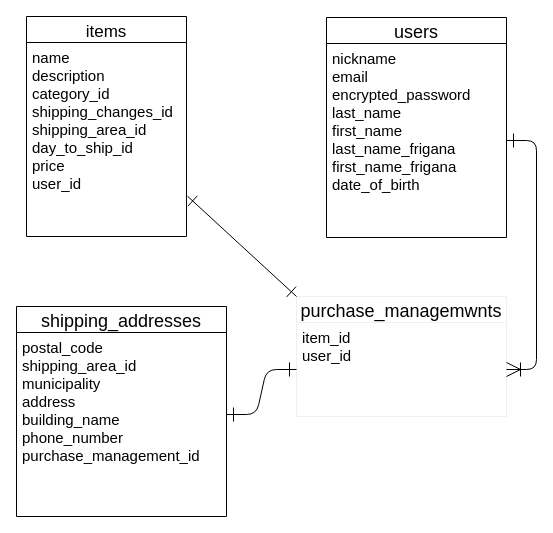
Before: test.dio in kazupin0930/furima-34016, a draw.io diagram. Source tidied: cells renumbered, new cells numbered last; positions are measured from the earlier drawing's top-left corner, leaving out a move shared by most shapes. Both pictures are drawn from the tidied source at 100%, with x=0, y=0 at pixel (16, 16).
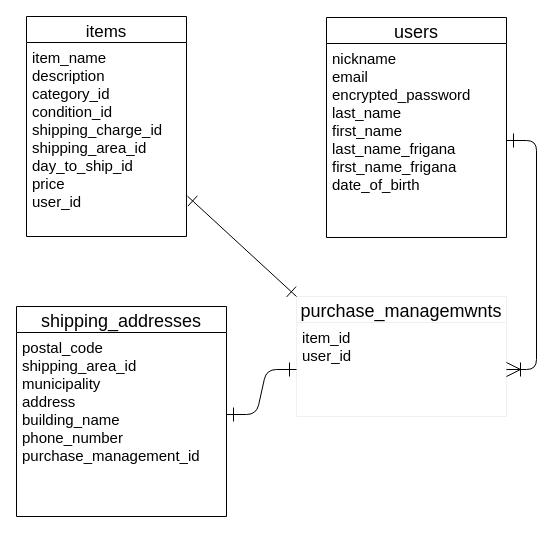
The same page after the edit.

What changed in the source:
```diff
@@
 <mxGraphModel>
   <root>
     <mxCell id="0" />
     <mxCell id="1" parent="0" />
     <mxCell id="2" style="edgeStyle=orthogonalEdgeStyle;orthogonalLoop=1;jettySize=auto;html=1;exitX=0.5;exitY=1;exitDx=0;exitDy=0;" parent="1" edge="1">
       <mxGeometry relative="1" as="geometry">
         <mxPoint x="920" y="460" as="sourcePoint" />
         <mxPoint x="920" y="460" as="targetPoint" />
       </mxGeometry>
     </mxCell>
     <mxCell id="3" value="purchase_managemwnts" style="swimlane;fontStyle=0;horizontal=1;startSize=26;align=center;fontSize=18;strokeColor=#F0F0F0;" parent="1" vertex="1">
       <mxGeometry x="280" y="280" width="210" height="120" as="geometry" />
     </mxCell>
     <mxCell id="4" value="item_id&#10;user_id" style="text;strokeColor=none;fillColor=none;spacingLeft=4;spacingRight=4;overflow=hidden;points=[[0,0.5],[1,0.5]];portConstraint=eastwest;fontSize=15;" parent="3" vertex="1">
       <mxGeometry y="26" width="210" height="94" as="geometry" />
     </mxCell>
     <mxCell id="5" value="users" style="swimlane;fontStyle=0;horizontal=1;startSize=26;align=center;fontSize=18;" parent="1" vertex="1">
       <mxGeometry x="310" y="1" width="180" height="220" as="geometry" />
     </mxCell>
     <mxCell id="6" value="nickname&#10;email&#10;encrypted_password&#10;last_name&#10;first_name&#10;last_name_frigana&#10;first_name_frigana&#10;date_of_birth" style="text;strokeColor=none;fillColor=none;spacingLeft=4;spacingRight=4;overflow=hidden;points=[[0,0.5],[1,0.5]];portConstraint=eastwest;fontSize=15;" parent="5" vertex="1">
       <mxGeometry y="26" width="180" height="194" as="geometry" />
     </mxCell>
     <mxCell id="7" style="edgeStyle=entityRelationEdgeStyle;fontSize=12;html=1;endArrow=ERone;startArrow=ERoneToMany;strokeWidth=1;endSize=12;startSize=12;entryX=1;entryY=0.5;entryDx=0;entryDy=0;exitX=1;exitY=0.5;exitDx=0;exitDy=0;startFill=0;endFill=0;" parent="1" edge="1" source="4" target="6">
       <mxGeometry relative="1" as="geometry" />
     </mxCell>
     <mxCell id="8" style="fontSize=12;html=1;endArrow=ERone;startArrow=ERone;strokeWidth=1;entryX=0;entryY=0;entryDx=0;entryDy=0;exitX=1.006;exitY=0.808;exitDx=0;exitDy=0;exitPerimeter=0;endSize=12;startSize=12;startFill=0;endFill=0;" parent="1" edge="1" target="3">
       <mxGeometry relative="1" as="geometry">
         <mxPoint x="171" y="179.7" as="sourcePoint" />
       </mxGeometry>
     </mxCell>
     <mxCell id="9" style="edgeStyle=entityRelationEdgeStyle;fontSize=12;html=1;endArrow=ERone;startArrow=ERone;strokeWidth=1;entryX=0;entryY=0.5;entryDx=0;entryDy=0;exitX=1;exitY=0.5;exitDx=0;exitDy=0;endSize=12;startSize=12;startFill=0;endFill=0;" parent="1" edge="1" target="4">
       <mxGeometry relative="1" as="geometry">
         <mxPoint x="210" y="398" as="sourcePoint" />
       </mxGeometry>
     </mxCell>
     <mxCell id="10" value="items" style="swimlane;fontStyle=0;horizontal=1;startSize=26;align=center;fontSize=17;" parent="1" vertex="1">
       <mxGeometry x="10" width="160" height="220" as="geometry" />
     </mxCell>
-    <mxCell id="11" value="name&#10;description&#10;category_id&#10;shipping_changes_id&#10;shipping_area_id&#10;day_to_ship_id&#10;price&#10;user_id" style="text;strokeColor=none;fillColor=none;spacingLeft=4;spacingRight=4;overflow=hidden;fontSize=15;verticalAlign=top;" parent="10" vertex="1">
+    <mxCell id="11" value="item_name&#10;description&#10;category_id&#10;condition_id&#10;shipping_charge_id&#10;shipping_area_id&#10;day_to_ship_id&#10;price&#10;user_id" style="text;strokeColor=none;fillColor=none;spacingLeft=4;spacingRight=4;overflow=hidden;fontSize=15;verticalAlign=top;" parent="10" vertex="1">
       <mxGeometry y="26" width="160" height="194" as="geometry" />
     </mxCell>
     <mxCell id="12" value="shipping_addresses" style="swimlane;fontStyle=0;horizontal=1;startSize=26;align=center;fontSize=18;" parent="1" vertex="1">
       <mxGeometry y="290" width="210" height="210" as="geometry" />
     </mxCell>
     <mxCell id="13" value="postal_code&#10;shipping_area_id&#10;municipality&#10;address&#10;building_name&#10;phone_number&#10;purchase_management_id" style="text;strokeColor=none;fillColor=none;spacingLeft=4;spacingRight=4;overflow=hidden;fontSize=15;" parent="12" vertex="1">
       <mxGeometry y="26" width="210" height="184" as="geometry" />
     </mxCell>
   </root>
 </mxGraphModel>
```
